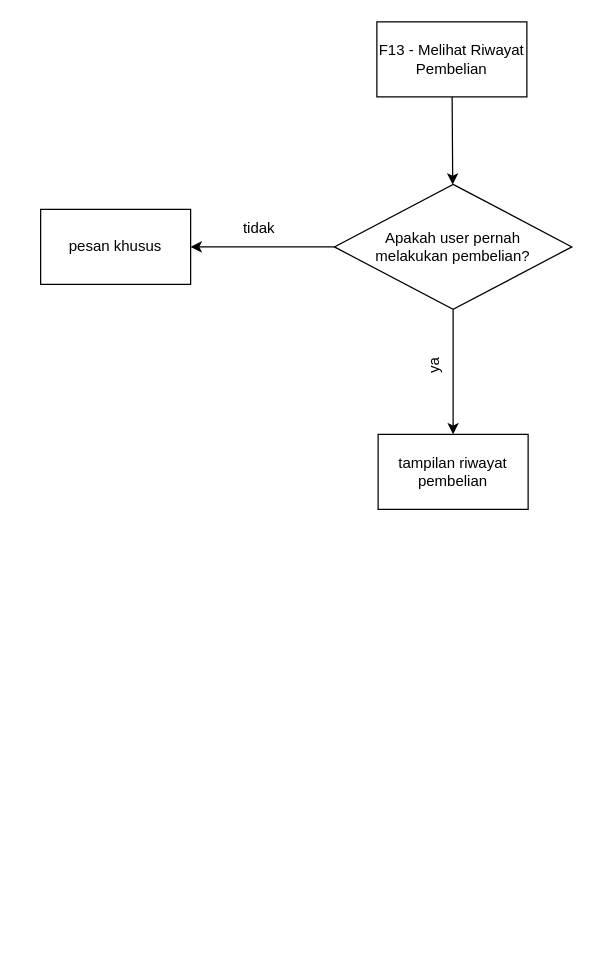
Before: page "F13" (13 of 17) of f01/f01.drawio in yuujin-Q/tubes_daspro, a draw.io diagram. Source tidied: cells renumbered, new cells numbered last; positions are measured from the earlier drawing's top-left corner, leaving out a move shared by most shapes. Both pictures are drawn from the tidied source at 125%, with x=0, y=0 at pixel (40, 21).
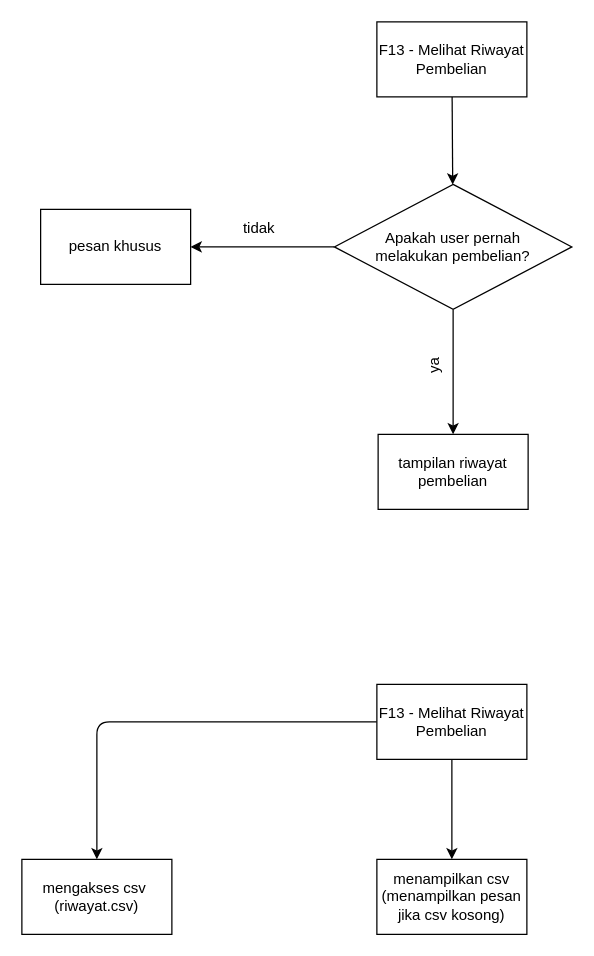
After the change.

The edit, as a diff of the source:
```diff
@@
 <mxGraphModel>
   <root>
     <mxCell id="0" />
     <mxCell id="1" parent="0" />
     <mxCell id="2" style="edgeStyle=none;html=1;" parent="1" edge="1" source="3" target="6">
       <mxGeometry relative="1" as="geometry" />
     </mxCell>
     <mxCell id="3" value="F13 - Melihat Riwayat Pembelian" style="whiteSpace=wrap;html=1;rounded=0;" parent="1" vertex="1">
       <mxGeometry x="269" width="120" height="60" as="geometry" />
     </mxCell>
     <mxCell id="4" style="edgeStyle=none;html=1;" parent="1" edge="1" source="6" target="7">
       <mxGeometry relative="1" as="geometry" />
     </mxCell>
     <mxCell id="5" style="edgeStyle=none;html=1;" parent="1" edge="1" source="6" target="9">
       <mxGeometry relative="1" as="geometry" />
     </mxCell>
     <mxCell id="6" value="Apakah user pernah &lt;br&gt;melakukan pembelian?" style="rhombus;whiteSpace=wrap;html=1;rounded=0;" parent="1" vertex="1">
       <mxGeometry x="235" y="130" width="190" height="100" as="geometry" />
     </mxCell>
     <mxCell id="7" value="pesan khusus" style="whiteSpace=wrap;html=1;rounded=0;" parent="1" vertex="1">
       <mxGeometry y="150" width="120" height="60" as="geometry" />
     </mxCell>
     <mxCell id="8" value="tidak" style="text;html=1;strokeColor=none;fillColor=none;align=center;verticalAlign=middle;whiteSpace=wrap;rounded=0;" parent="1" vertex="1">
       <mxGeometry x="145" y="150" width="60" height="30" as="geometry" />
     </mxCell>
     <mxCell id="9" value="tampilan riwayat pembelian" style="rounded=0;whiteSpace=wrap;html=1;" parent="1" vertex="1">
       <mxGeometry x="270" y="330" width="120" height="60" as="geometry" />
     </mxCell>
     <mxCell id="10" value="ya" style="text;html=1;strokeColor=none;fillColor=none;align=center;verticalAlign=middle;whiteSpace=wrap;rounded=0;rotation=-90;" parent="1" vertex="1">
       <mxGeometry x="285" y="260" width="60" height="30" as="geometry" />
     </mxCell>
+    <mxCell id="11" style="edgeStyle=orthogonalEdgeStyle;html=1;" parent="1" edge="1" source="13" target="14">
+      <mxGeometry relative="1" as="geometry" />
+    </mxCell>
+    <mxCell id="12" style="edgeStyle=orthogonalEdgeStyle;html=1;" parent="1" edge="1" source="13" target="15">
+      <mxGeometry relative="1" as="geometry" />
+    </mxCell>
+    <mxCell id="13" value="F13 - Melihat Riwayat Pembelian" style="whiteSpace=wrap;html=1;rounded=0;" parent="1" vertex="1">
+      <mxGeometry x="269" y="530" width="120" height="60" as="geometry" />
+    </mxCell>
+    <mxCell id="14" value="mengakses csv&amp;nbsp;&lt;br&gt;(riwayat.csv)" style="whiteSpace=wrap;html=1;rounded=0;" parent="1" vertex="1">
+      <mxGeometry x="-15" y="670" width="120" height="60" as="geometry" />
+    </mxCell>
+    <mxCell id="15" value="menampilkan csv&lt;br&gt;(menampilkan pesan jika csv kosong)" style="whiteSpace=wrap;html=1;rounded=0;" parent="1" vertex="1">
+      <mxGeometry x="269" y="670" width="120" height="60" as="geometry" />
+    </mxCell>
   </root>
 </mxGraphModel>
```
